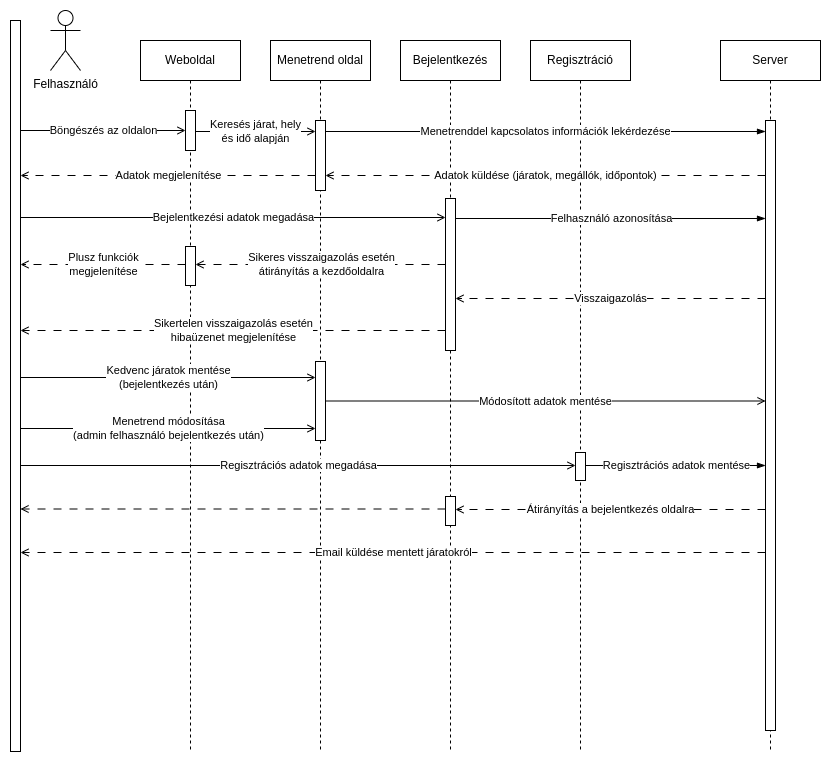
Above: Sequence_Diagram.png in makoadampeter/vonatprojekt (draw.io), before the change. Source tidied: cells renumbered, new cells last; positions are measured from the earlier drawing's top-left corner, leaving out a move shared by most shapes.
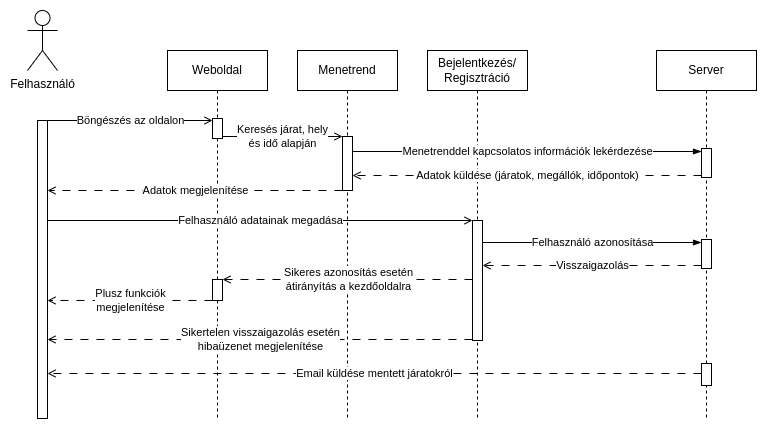
After the change.

Commit message:
Rendezés idő szerint.

Change to the diagram source:
```diff
@@ -3,68 +3,69 @@
     <mxCell id="0" />
     <mxCell id="1" parent="0" />
     <mxCell id="2" value="Weboldal" style="shape=umlLifeline;perimeter=lifelinePerimeter;whiteSpace=wrap;html=1;newEdgeStyle={&quot;edgeStyle&quot;:&quot;elbowEdgeStyle&quot;,&quot;elbow&quot;:&quot;vertical&quot;,&quot;curved&quot;:0,&quot;rounded&quot;:0};" parent="1" vertex="1">
-      <mxGeometry x="130" y="30" width="100" height="711" as="geometry" />
+      <mxGeometry x="131" y="33" width="100" height="368" as="geometry" />
     </mxCell>
     <mxCell id="3" style="html=1;points=[];perimeter=orthogonalPerimeter;outlineConnect=0;targetShapes=umlLifeline;portConstraint=eastwest;newEdgeStyle={&quot;edgeStyle&quot;:&quot;elbowEdgeStyle&quot;,&quot;elbow&quot;:&quot;vertical&quot;,&quot;curved&quot;:0,&quot;rounded&quot;:0};" parent="2" vertex="1">
-      <mxGeometry x="45" y="70" width="10" height="40" as="geometry" />
+      <mxGeometry x="45" y="68" width="10" height="20" as="geometry" />
     </mxCell>
     <mxCell id="4" style="html=1;perimeter=orthogonalPerimeter;targetShapes=umlLifeline;newEdgeStyle={&quot;edgeStyle&quot;:&quot;elbowEdgeStyle&quot;,&quot;elbow&quot;:&quot;vertical&quot;,&quot;curved&quot;:0,&quot;rounded&quot;:0};" parent="2" vertex="1">
-      <mxGeometry x="45" y="206" width="10" height="39" as="geometry" />
+      <mxGeometry x="45" y="229" width="10" height="21" as="geometry" />
     </mxCell>
     <mxCell id="5" value="Server" style="shape=umlLifeline;perimeter=lifelinePerimeter;whiteSpace=wrap;html=1;newEdgeStyle={&quot;edgeStyle&quot;:&quot;elbowEdgeStyle&quot;,&quot;elbow&quot;:&quot;vertical&quot;,&quot;curved&quot;:0,&quot;rounded&quot;:0};" parent="1" vertex="1">
-      <mxGeometry x="710" y="30" width="100" height="711" as="geometry" />
+      <mxGeometry x="620" y="33" width="100" height="368" as="geometry" />
     </mxCell>
     <mxCell id="6" style="html=1;points=[];perimeter=orthogonalPerimeter;outlineConnect=0;targetShapes=umlLifeline;portConstraint=eastwest;newEdgeStyle={&quot;edgeStyle&quot;:&quot;elbowEdgeStyle&quot;,&quot;elbow&quot;:&quot;vertical&quot;,&quot;curved&quot;:0,&quot;rounded&quot;:0};" parent="5" vertex="1">
-      <mxGeometry x="45" y="80" width="10" height="610" as="geometry" />
+      <mxGeometry x="45" y="98" width="10" height="29" as="geometry" />
     </mxCell>
+    <mxCell id="54" style="html=1;points=[];perimeter=orthogonalPerimeter;outlineConnect=0;targetShapes=umlLifeline;portConstraint=eastwest;newEdgeStyle={&quot;edgeStyle&quot;:&quot;elbowEdgeStyle&quot;,&quot;elbow&quot;:&quot;vertical&quot;,&quot;curved&quot;:0,&quot;rounded&quot;:0};" parent="5" vertex="1">
+      <mxGeometry x="45" y="189" width="10" height="29" as="geometry" />
+    </mxCell>
+    <mxCell id="55" style="html=1;points=[];perimeter=orthogonalPerimeter;outlineConnect=0;targetShapes=umlLifeline;portConstraint=eastwest;newEdgeStyle={&quot;edgeStyle&quot;:&quot;elbowEdgeStyle&quot;,&quot;elbow&quot;:&quot;vertical&quot;,&quot;curved&quot;:0,&quot;rounded&quot;:0};" parent="5" vertex="1">
+      <mxGeometry x="45" y="313" width="10" height="22" as="geometry" />
+    </mxCell>
     <mxCell id="7" value="Felhasználó" style="shape=umlActor;verticalLabelPosition=bottom;verticalAlign=top;html=1;" parent="1" vertex="1">
-      <mxGeometry x="40" width="30" height="60" as="geometry" />
+      <mxGeometry x="-9" y="-7" width="30" height="60" as="geometry" />
     </mxCell>
     <mxCell id="8" style="html=1;perimeter=orthogonalPerimeter;targetShapes=umlLifeline;newEdgeStyle={&quot;edgeStyle&quot;:&quot;elbowEdgeStyle&quot;,&quot;elbow&quot;:&quot;vertical&quot;,&quot;curved&quot;:0,&quot;rounded&quot;:0};" parent="1" vertex="1">
-      <mxGeometry y="10" width="10" height="731" as="geometry" />
+      <mxGeometry x="1" y="103" width="10" height="298" as="geometry" />
     </mxCell>
-    <mxCell id="9" style="html=1;verticalAlign=bottom;endArrow=open;edgeStyle=elbowEdgeStyle;elbow=vertical;curved=0;rounded=0;endFill=0;" parent="1" edge="1" target="3">
+    <mxCell id="9" style="html=1;verticalAlign=bottom;endArrow=open;edgeStyle=elbowEdgeStyle;elbow=vertical;curved=0;rounded=0;endFill=0;" parent="1" edge="1">
       <mxGeometry x="0.09" y="29" relative="1" as="geometry">
-        <mxPoint x="10" y="120" as="sourcePoint" />
+        <mxPoint x="11" y="103" as="sourcePoint" />
+        <mxPoint x="176" y="103" as="targetPoint" />
         <Array as="points">
-          <mxPoint x="95" y="120" />
+          <mxPoint x="96" y="103" />
         </Array>
       </mxGeometry>
     </mxCell>
     <mxCell id="10" value="Böngészés az oldalon" style="edgeLabel;html=1;align=center;verticalAlign=middle;" parent="9" vertex="1">
       <mxGeometry relative="1" as="geometry" />
     </mxCell>
-    <mxCell id="11" value="Menetrend oldal" style="shape=umlLifeline;perimeter=lifelinePerimeter;whiteSpace=wrap;html=1;newEdgeStyle={&quot;edgeStyle&quot;:&quot;elbowEdgeStyle&quot;,&quot;elbow&quot;:&quot;vertical&quot;,&quot;curved&quot;:0,&quot;rounded&quot;:0};" parent="1" vertex="1">
-      <mxGeometry x="260" y="30" width="100" height="711" as="geometry" />
+    <mxCell id="11" value="Menetrend" style="shape=umlLifeline;perimeter=lifelinePerimeter;whiteSpace=wrap;html=1;newEdgeStyle={&quot;edgeStyle&quot;:&quot;elbowEdgeStyle&quot;,&quot;elbow&quot;:&quot;vertical&quot;,&quot;curved&quot;:0,&quot;rounded&quot;:0};" parent="1" vertex="1">
+      <mxGeometry x="261" y="33" width="100" height="368" as="geometry" />
     </mxCell>
     <mxCell id="12" style="html=1;perimeter=orthogonalPerimeter;targetShapes=umlLifeline;newEdgeStyle={&quot;edgeStyle&quot;:&quot;elbowEdgeStyle&quot;,&quot;elbow&quot;:&quot;vertical&quot;,&quot;curved&quot;:0,&quot;rounded&quot;:0};" parent="11" vertex="1">
-      <mxGeometry x="45" y="80" width="10" height="70" as="geometry" />
+      <mxGeometry x="45" y="86" width="10" height="54" as="geometry" />
     </mxCell>
-    <mxCell id="13" style="html=1;points=[];perimeter=orthogonalPerimeter;outlineConnect=0;targetShapes=umlLifeline;portConstraint=eastwest;newEdgeStyle={&quot;edgeStyle&quot;:&quot;elbowEdgeStyle&quot;,&quot;elbow&quot;:&quot;vertical&quot;,&quot;curved&quot;:0,&quot;rounded&quot;:0};" parent="11" vertex="1">
-      <mxGeometry x="45" y="321" width="10" height="79" as="geometry" />
-    </mxCell>
     <mxCell id="14" style="endArrow=open;html=1;rounded=0;dashed=1;dashPattern=8 8;endFill=0;" parent="1" edge="1">
       <mxGeometry relative="1" as="geometry">
-        <mxPoint x="305" y="165" as="sourcePoint" />
-        <mxPoint x="10" y="165" as="targetPoint" />
+        <mxPoint x="306" y="173" as="sourcePoint" />
+        <mxPoint x="11" y="173" as="targetPoint" />
       </mxGeometry>
     </mxCell>
     <mxCell id="15" value="Adatok megjelenítése" style="edgeLabel;html=1;align=center;verticalAlign=middle;" parent="14" vertex="1">
       <mxGeometry relative="1" as="geometry" />
     </mxCell>
-    <mxCell id="16" value="Bejelentkezés" style="shape=umlLifeline;perimeter=lifelinePerimeter;whiteSpace=wrap;html=1;newEdgeStyle={&quot;edgeStyle&quot;:&quot;elbowEdgeStyle&quot;,&quot;elbow&quot;:&quot;vertical&quot;,&quot;curved&quot;:0,&quot;rounded&quot;:0};" parent="1" vertex="1">
-      <mxGeometry x="390" y="30" width="100" height="711" as="geometry" />
+    <mxCell id="16" value="Bejelentkezés/&lt;br&gt;Regisztráció" style="shape=umlLifeline;perimeter=lifelinePerimeter;whiteSpace=wrap;html=1;newEdgeStyle={&quot;edgeStyle&quot;:&quot;elbowEdgeStyle&quot;,&quot;elbow&quot;:&quot;vertical&quot;,&quot;curved&quot;:0,&quot;rounded&quot;:0};" parent="1" vertex="1">
+      <mxGeometry x="391" y="33" width="100" height="368" as="geometry" />
     </mxCell>
     <mxCell id="17" style="html=1;perimeter=orthogonalPerimeter;targetShapes=umlLifeline;newEdgeStyle={&quot;edgeStyle&quot;:&quot;elbowEdgeStyle&quot;,&quot;elbow&quot;:&quot;vertical&quot;,&quot;curved&quot;:0,&quot;rounded&quot;:0};" parent="16" vertex="1">
-      <mxGeometry x="45" y="158" width="10" height="152" as="geometry" />
+      <mxGeometry x="45" y="170" width="10" height="120" as="geometry" />
     </mxCell>
-    <mxCell id="18" style="html=1;points=[];perimeter=orthogonalPerimeter;outlineConnect=0;targetShapes=umlLifeline;portConstraint=eastwest;newEdgeStyle={&quot;edgeStyle&quot;:&quot;elbowEdgeStyle&quot;,&quot;elbow&quot;:&quot;vertical&quot;,&quot;curved&quot;:0,&quot;rounded&quot;:0};" parent="16" vertex="1">
-      <mxGeometry x="45" y="456" width="10" height="29" as="geometry" />
-    </mxCell>
     <mxCell id="19" style="endArrow=open;html=1;rounded=0;endFill=0;" parent="1" edge="1">
       <mxGeometry relative="1" as="geometry">
-        <mxPoint x="185" y="121" as="sourcePoint" />
-        <mxPoint x="305" y="121" as="targetPoint" />
+        <mxPoint x="186" y="119" as="sourcePoint" />
+        <mxPoint x="306" y="119" as="targetPoint" />
       </mxGeometry>
     </mxCell>
     <mxCell id="20" value="Keresés járat, hely&lt;br&gt;és idő alapján" style="edgeLabel;html=1;align=center;verticalAlign=middle;" parent="19" vertex="1">
@@ -72,26 +73,26 @@
     </mxCell>
     <mxCell id="21" style="endArrow=open;html=1;rounded=0;endFill=0;" parent="1" edge="1">
       <mxGeometry relative="1" as="geometry">
-        <mxPoint x="10" y="207" as="sourcePoint" />
-        <mxPoint x="435" y="207" as="targetPoint" />
+        <mxPoint x="11" y="203" as="sourcePoint" />
+        <mxPoint x="436" y="203" as="targetPoint" />
       </mxGeometry>
     </mxCell>
-    <mxCell id="22" value="Bejelentkezési adatok megadása" style="edgeLabel;html=1;align=center;verticalAlign=middle;" parent="21" vertex="1">
+    <mxCell id="22" value="Felhasználó adatainak megadása" style="edgeLabel;html=1;align=center;verticalAlign=middle;" parent="21" vertex="1">
       <mxGeometry relative="1" as="geometry" />
     </mxCell>
     <mxCell id="23" style="endArrow=open;html=1;rounded=0;dashed=1;dashPattern=8 8;endFill=0;" parent="1" edge="1">
       <mxGeometry relative="1" as="geometry">
-        <mxPoint x="435" y="254" as="sourcePoint" />
-        <mxPoint x="185" y="254" as="targetPoint" />
+        <mxPoint x="436" y="262" as="sourcePoint" />
+        <mxPoint x="186" y="262" as="targetPoint" />
       </mxGeometry>
     </mxCell>
-    <mxCell id="24" value="Sikeres visszaigazolás esetén&lt;br&gt;átirányítás a kezdőoldalra" style="edgeLabel;html=1;align=center;verticalAlign=middle;" parent="23" vertex="1">
+    <mxCell id="24" value="Sikeres azonosítás esetén&lt;br&gt;átirányítás a kezdőoldalra" style="edgeLabel;html=1;align=center;verticalAlign=middle;" parent="23" vertex="1">
       <mxGeometry relative="1" as="geometry" />
     </mxCell>
     <mxCell id="25" style="endArrow=open;html=1;rounded=0;dashed=1;dashPattern=8 8;endFill=0;" parent="1" edge="1">
       <mxGeometry relative="1" as="geometry">
-        <mxPoint x="175" y="254" as="sourcePoint" />
-        <mxPoint x="10" y="254" as="targetPoint" />
+        <mxPoint x="176" y="283" as="sourcePoint" />
+        <mxPoint x="11" y="283" as="targetPoint" />
       </mxGeometry>
     </mxCell>
     <mxCell id="26" value="Plusz funkciók&lt;br&gt;megjelenítése" style="edgeLabel;html=1;align=center;verticalAlign=middle;" parent="25" vertex="1">
@@ -99,117 +100,52 @@
     </mxCell>
     <mxCell id="27" style="endArrow=open;html=1;rounded=0;dashed=1;dashPattern=8 8;endFill=0;" parent="1" edge="1">
       <mxGeometry relative="1" as="geometry">
-        <mxPoint x="435" y="320" as="sourcePoint" />
-        <mxPoint x="10" y="320" as="targetPoint" />
+        <mxPoint x="436" y="322" as="sourcePoint" />
+        <mxPoint x="11" y="322" as="targetPoint" />
       </mxGeometry>
     </mxCell>
     <mxCell id="28" value="Sikertelen visszaigazolás esetén&lt;br&gt;hibaüzenet megjelenítése" style="edgeLabel;html=1;align=center;verticalAlign=middle;" parent="27" vertex="1">
       <mxGeometry relative="1" as="geometry" />
     </mxCell>
-    <mxCell id="29" style="endArrow=open;html=1;rounded=0;endFill=0;" parent="1" edge="1">
-      <mxGeometry relative="1" as="geometry">
-        <mxPoint x="10" y="367" as="sourcePoint" />
-        <mxPoint x="305" y="367" as="targetPoint" />
-      </mxGeometry>
-    </mxCell>
-    <mxCell id="30" value="Kedvenc járatok mentése&lt;br&gt;(bejelentkezés után)" style="edgeLabel;html=1;align=center;verticalAlign=middle;" parent="29" vertex="1">
-      <mxGeometry relative="1" as="geometry" />
-    </mxCell>
-    <mxCell id="31" style="endArrow=open;html=1;rounded=0;endFill=0;" parent="1" edge="1">
-      <mxGeometry relative="1" as="geometry">
-        <mxPoint x="10" y="418" as="sourcePoint" />
-        <mxPoint x="305" y="418" as="targetPoint" />
-      </mxGeometry>
-    </mxCell>
-    <mxCell id="32" value="Menetrend módosítása &lt;br&gt;(admin felhasználó bejelentkezés után)" style="edgeLabel;html=1;align=center;verticalAlign=middle;" parent="31" vertex="1">
-      <mxGeometry relative="1" as="geometry" />
-    </mxCell>
-    <mxCell id="33" style="endArrow=open;html=1;rounded=0;dashed=1;dashPattern=8 8;endFill=0;" parent="1" edge="1">
+    <mxCell id="33" style="endArrow=open;html=1;rounded=0;dashed=1;dashPattern=8 8;endFill=0;" parent="1" edge="1" source="55">
       <mxGeometry relative="1" as="geometry">
-        <mxPoint x="755" y="542" as="sourcePoint" />
-        <mxPoint x="10" y="542" as="targetPoint" />
+        <mxPoint x="11" y="356" as="targetPoint" />
       </mxGeometry>
     </mxCell>
     <mxCell id="34" value="Email küldése mentett járatokról" style="edgeLabel;html=1;align=center;verticalAlign=middle;" parent="33" vertex="1">
       <mxGeometry relative="1" as="geometry" />
     </mxCell>
-    <mxCell id="35" value="Regisztráció" style="shape=umlLifeline;perimeter=lifelinePerimeter;whiteSpace=wrap;html=1;newEdgeStyle={&quot;edgeStyle&quot;:&quot;elbowEdgeStyle&quot;,&quot;elbow&quot;:&quot;vertical&quot;,&quot;curved&quot;:0,&quot;rounded&quot;:0};" parent="1" vertex="1">
-      <mxGeometry x="520" y="30" width="100" height="711" as="geometry" />
-    </mxCell>
-    <mxCell id="36" style="html=1;perimeter=orthogonalPerimeter;targetShapes=umlLifeline;newEdgeStyle={&quot;edgeStyle&quot;:&quot;elbowEdgeStyle&quot;,&quot;elbow&quot;:&quot;vertical&quot;,&quot;curved&quot;:0,&quot;rounded&quot;:0};" parent="35" vertex="1">
-      <mxGeometry x="45" y="412" width="10" height="28" as="geometry" />
-    </mxCell>
     <mxCell id="37" style="endArrow=blockThin;html=1;rounded=0;endFill=1;" parent="1" edge="1" target="6">
       <mxGeometry relative="1" as="geometry">
-        <mxPoint x="315" y="121" as="sourcePoint" />
+        <mxPoint x="316" y="134" as="sourcePoint" />
       </mxGeometry>
     </mxCell>
     <mxCell id="38" value="Menetrenddel kapcsolatos információk lekérdezése" style="edgeLabel;html=1;align=center;verticalAlign=middle;" parent="37" vertex="1">
       <mxGeometry relative="1" as="geometry" />
     </mxCell>
-    <mxCell id="39" style="endArrow=open;html=1;rounded=0;endFill=0;" parent="1" edge="1">
-      <mxGeometry relative="1" as="geometry">
-        <mxPoint x="10" y="455" as="sourcePoint" />
-        <mxPoint x="565" y="455" as="targetPoint" />
-      </mxGeometry>
-    </mxCell>
-    <mxCell id="40" value="Regisztrációs adatok megadása" style="edgeLabel;html=1;align=center;verticalAlign=middle;" parent="39" vertex="1">
-      <mxGeometry relative="1" as="geometry" />
-    </mxCell>
-    <mxCell id="41" style="endArrow=blockThin;html=1;rounded=0;endFill=1;" parent="1" edge="1" target="6">
-      <mxGeometry relative="1" as="geometry">
-        <mxPoint x="575" y="455" as="sourcePoint" />
-      </mxGeometry>
-    </mxCell>
-    <mxCell id="42" value="Regisztrációs adatok mentése" style="edgeLabel;html=1;align=center;verticalAlign=middle;" parent="41" vertex="1">
-      <mxGeometry relative="1" as="geometry" />
-    </mxCell>
-    <mxCell id="43" style="endArrow=open;html=1;rounded=0;dashed=1;dashPattern=8 8;endFill=0;" parent="1" edge="1" target="18">
-      <mxGeometry relative="1" as="geometry">
-        <mxPoint x="755" y="499" as="sourcePoint" />
-      </mxGeometry>
-    </mxCell>
-    <mxCell id="44" value="Átirányítás a bejelentkezés oldalra" style="edgeLabel;html=1;align=center;verticalAlign=middle;" parent="43" vertex="1">
-      <mxGeometry relative="1" as="geometry" />
-    </mxCell>
-    <mxCell id="45" style="endArrow=open;html=1;rounded=0;dashed=1;dashPattern=8 8;endFill=0;" parent="1" edge="1">
-      <mxGeometry relative="1" as="geometry">
-        <mxPoint x="435" y="498.5" as="sourcePoint" />
-        <mxPoint x="10" y="498.5" as="targetPoint" />
-      </mxGeometry>
-    </mxCell>
-    <mxCell id="46" style="endArrow=open;html=1;rounded=0;dashed=1;dashPattern=8 8;endFill=0;" parent="1" edge="1">
+    <mxCell id="46" style="endArrow=open;html=1;rounded=0;dashed=1;dashPattern=8 8;endFill=0;" parent="1" edge="1" source="6">
       <mxGeometry relative="1" as="geometry">
-        <mxPoint x="755" y="165" as="sourcePoint" />
-        <mxPoint x="315" y="165" as="targetPoint" />
+        <mxPoint x="316" y="158" as="targetPoint" />
       </mxGeometry>
     </mxCell>
     <mxCell id="47" value="Adatok küldése (járatok, megállók, időpontok)" style="edgeLabel;html=1;align=center;verticalAlign=middle;" parent="46" vertex="1">
       <mxGeometry relative="1" as="geometry" />
     </mxCell>
-    <mxCell id="48" style="endArrow=blockThin;html=1;rounded=0;endFill=1;" parent="1" edge="1">
+    <mxCell id="48" style="endArrow=blockThin;html=1;rounded=0;endFill=1;" parent="1" edge="1" target="54">
       <mxGeometry relative="1" as="geometry">
-        <mxPoint x="445" y="208" as="sourcePoint" />
-        <mxPoint x="755" y="208" as="targetPoint" />
+        <mxPoint x="446" y="225" as="sourcePoint" />
       </mxGeometry>
     </mxCell>
     <mxCell id="49" value="Felhasználó azonosítása" style="edgeLabel;html=1;align=center;verticalAlign=middle;" parent="48" vertex="1">
       <mxGeometry relative="1" as="geometry" />
     </mxCell>
-    <mxCell id="50" style="endArrow=open;html=1;rounded=0;dashed=1;dashPattern=8 8;endFill=0;" parent="1" edge="1">
+    <mxCell id="50" style="endArrow=open;html=1;rounded=0;dashed=1;dashPattern=8 8;endFill=0;" parent="1" edge="1" source="54">
       <mxGeometry relative="1" as="geometry">
-        <mxPoint x="755" y="288" as="sourcePoint" />
-        <mxPoint x="445" y="288" as="targetPoint" />
+        <mxPoint x="446" y="248" as="targetPoint" />
       </mxGeometry>
     </mxCell>
     <mxCell id="51" value="Visszaigazolás" style="edgeLabel;html=1;align=center;verticalAlign=middle;" parent="50" vertex="1">
       <mxGeometry relative="1" as="geometry" />
     </mxCell>
-    <mxCell id="52" style="endArrow=open;html=1;rounded=0;endFill=0;" parent="1" edge="1" source="13" target="6">
-      <mxGeometry relative="1" as="geometry" />
-    </mxCell>
-    <mxCell id="53" value="Módosított adatok mentése" style="edgeLabel;html=1;align=center;verticalAlign=middle;" parent="52" vertex="1">
-      <mxGeometry relative="1" as="geometry" />
-    </mxCell>
   </root>
 </mxGraphModel>
```
